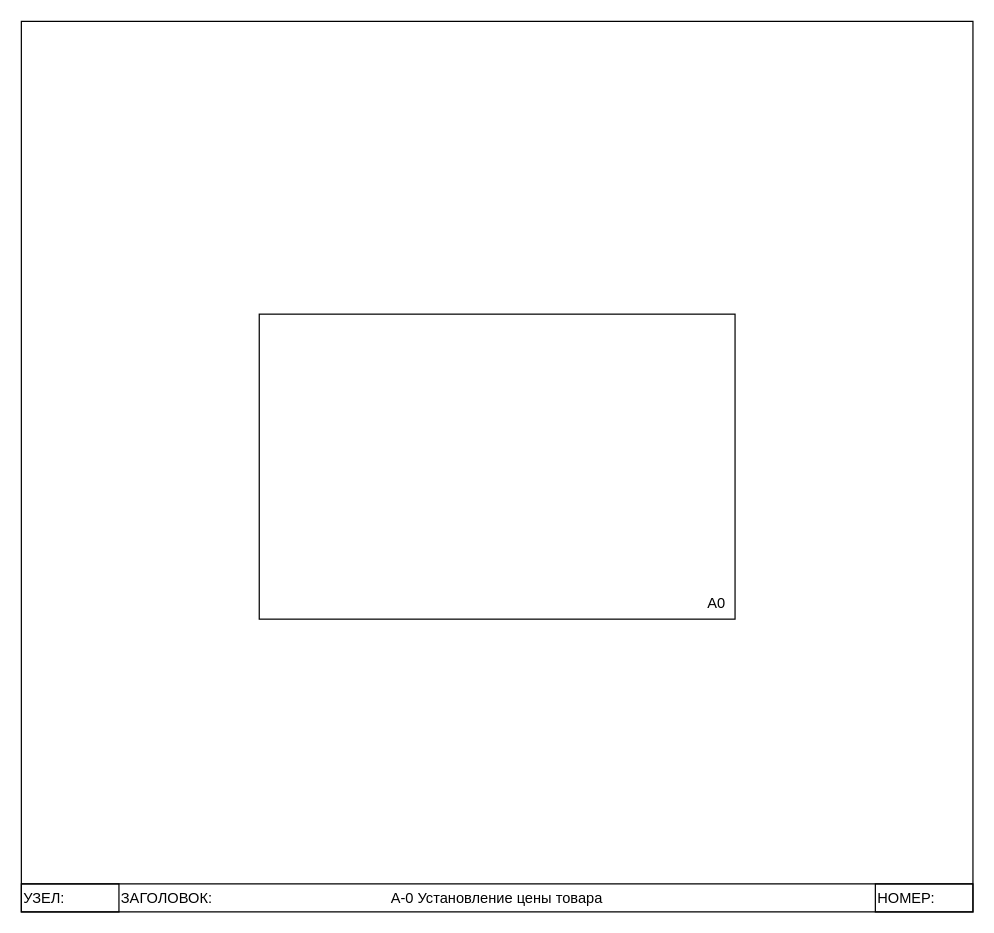
The draw.io diagram draw_io/idef0.drawio in Dimj1k/Works, before the edit. Source tidied: cells renumbered, new cells numbered last; positions are measured from the earlier drawing's top-left corner, leaving out a move shared by most shapes. Both pictures are drawn from the tidied source at 122%, with x=0, y=0 at pixel (21, 21).
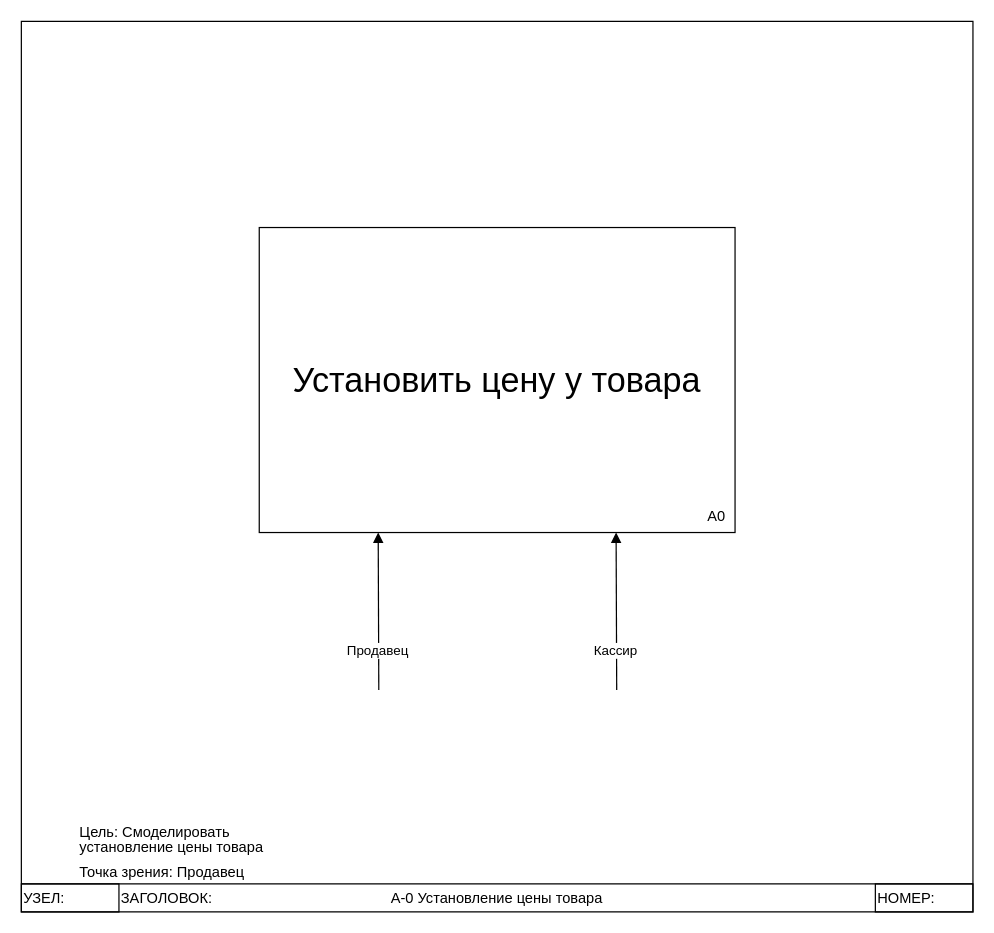
The same page after the edit.

Change to the diagram source:
```diff
@@
 <mxGraphModel>
   <root>
     <mxCell id="0" />
     <mxCell id="1" parent="0" />
     <mxCell id="2" style="swimlane;direction=west;" parent="1" vertex="1">
       <mxGeometry width="780" height="730" as="geometry" />
     </mxCell>
     <mxCell id="3" value="УЗЕЛ:" style="text;html=1;strokeColor=default;fillColor=none;align=left;verticalAlign=middle;whiteSpace=wrap;rounded=0;glass=0;" parent="2" vertex="1">
       <mxGeometry y="707" width="80" height="23" as="geometry" />
     </mxCell>
     <mxCell id="4" value="НОМЕР:" style="text;html=1;strokeColor=default;fillColor=none;align=left;verticalAlign=middle;whiteSpace=wrap;rounded=0;glass=0;" parent="2" vertex="1">
       <mxGeometry x="700" y="707" width="80" height="23" as="geometry" />
     </mxCell>
     <mxCell id="5" value="ЗАГОЛОВОК:&amp;nbsp;" style="text;html=1;strokeColor=none;fillColor=none;align=left;verticalAlign=middle;whiteSpace=wrap;rounded=0;glass=0;" parent="2" vertex="1">
       <mxGeometry x="80" y="707" width="80" height="23" as="geometry" />
     </mxCell>
     <mxCell id="6" value="А-0 Установление цены товара" style="text;html=1;strokeColor=none;fillColor=none;align=center;verticalAlign=middle;whiteSpace=wrap;rounded=0;glass=0;" parent="2" vertex="1">
       <mxGeometry x="80" y="707" width="620" height="23" as="geometry" />
     </mxCell>
+    <mxCell id="10" value="&lt;p style=&quot;line-height: 100%;&quot;&gt;Цель: Смоделировать установление цены товара&lt;/p&gt;&lt;p style=&quot;line-height: 50%;&quot;&gt;Точка зрения: Продавец&lt;/p&gt;" style="text;html=1;strokeColor=none;fillColor=none;align=left;verticalAlign=middle;whiteSpace=wrap;rounded=0;" parent="2" vertex="1">
+      <mxGeometry x="46" y="650" width="200" height="57" as="geometry" />
+    </mxCell>
-    <mxCell id="7" style="group;" parent="2" vertex="1">
-      <mxGeometry x="195" y="240" width="390" height="250" as="geometry" />
+    <mxCell id="7" style="group;" parent="1" vertex="1">
+      <mxGeometry x="195" y="169" width="390" height="250" as="geometry" />
     </mxCell>
-    <mxCell id="8" style="rounded=0;whiteSpace=wrap;html=1;" parent="7" vertex="1">
+    <mxCell id="8" value="&lt;font style=&quot;font-size: 28px;&quot;&gt;Установить цену у товара&lt;/font&gt;" style="rounded=0;whiteSpace=wrap;html=1;" parent="7" vertex="1">
       <mxGeometry width="390" height="250" as="geometry" />
     </mxCell>
     <mxCell id="9" value="A0" style="text;html=1;strokeColor=none;fillColor=none;align=center;verticalAlign=middle;whiteSpace=wrap;rounded=0;" parent="7" vertex="1">
       <mxGeometry x="360" y="224.1" width="30" height="25.9" as="geometry" />
     </mxCell>
+    <mxCell id="11" style="endArrow=block;html=1;rounded=0;endFill=1;entryX=0.25;entryY=1;entryDx=0;entryDy=0;" parent="1" edge="1" target="8">
+      <mxGeometry relative="1" as="geometry">
+        <mxPoint x="293" y="548" as="sourcePoint" />
+      </mxGeometry>
+    </mxCell>
+    <mxCell id="12" value="Продавец" style="edgeLabel;html=1;align=center;verticalAlign=middle;" parent="11" vertex="1">
+      <mxGeometry x="-0.49" y="1" relative="1" as="geometry" />
+    </mxCell>
+    <mxCell id="13" style="endArrow=block;html=1;rounded=0;endFill=1;entryX=0.75;entryY=1;entryDx=0;entryDy=0;" parent="1" edge="1" target="8">
+      <mxGeometry relative="1" as="geometry">
+        <mxPoint x="488" y="548" as="sourcePoint" />
+      </mxGeometry>
+    </mxCell>
+    <mxCell id="14" value="Кассир" style="edgeLabel;html=1;align=center;verticalAlign=middle;" parent="13" vertex="1">
+      <mxGeometry x="-0.49" y="1" relative="1" as="geometry" />
+    </mxCell>
   </root>
 </mxGraphModel>
```
